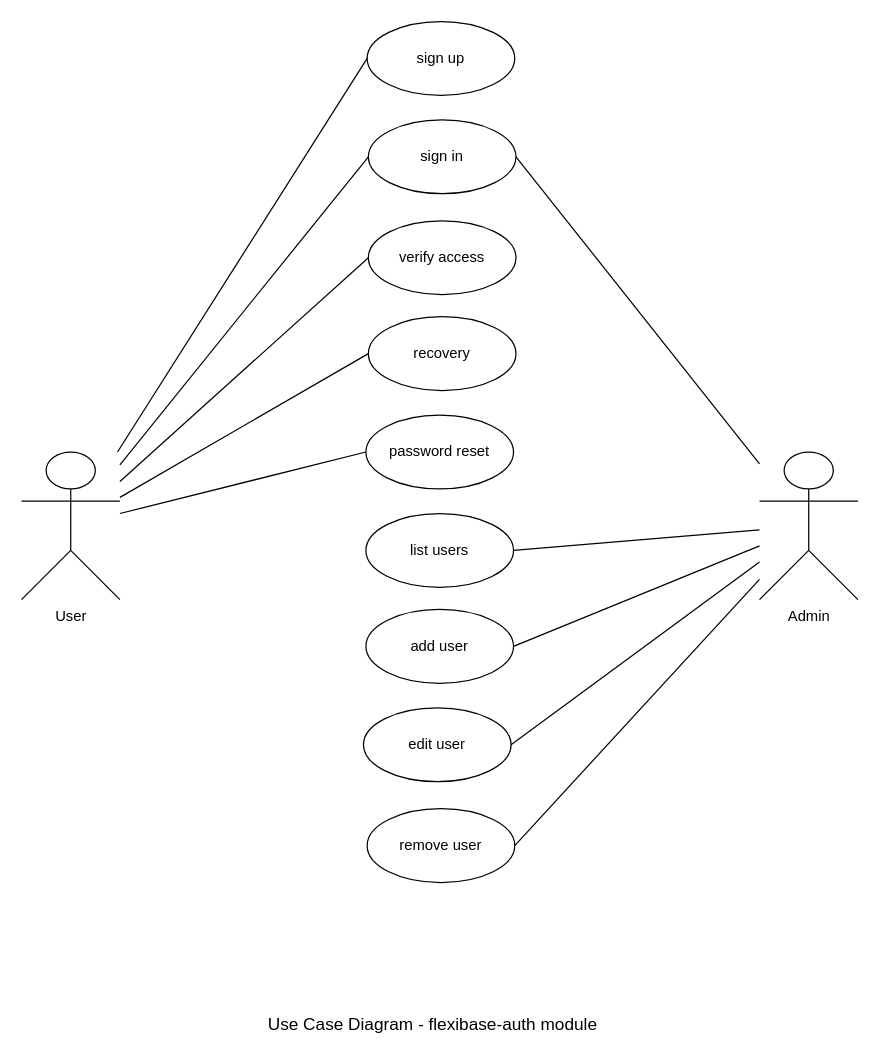
This is use_case_diagram_flexibase_auth.drawio from ModularMinds/flexibase-docs, a draw.io file, before an edit. Source tidied: cells renumbered, new cells numbered last; positions are measured from the earlier drawing's top-left corner, leaving out a move shared by most shapes. Both pictures are drawn from the tidied source at 123%, with x=0, y=0 at pixel (21, 21).
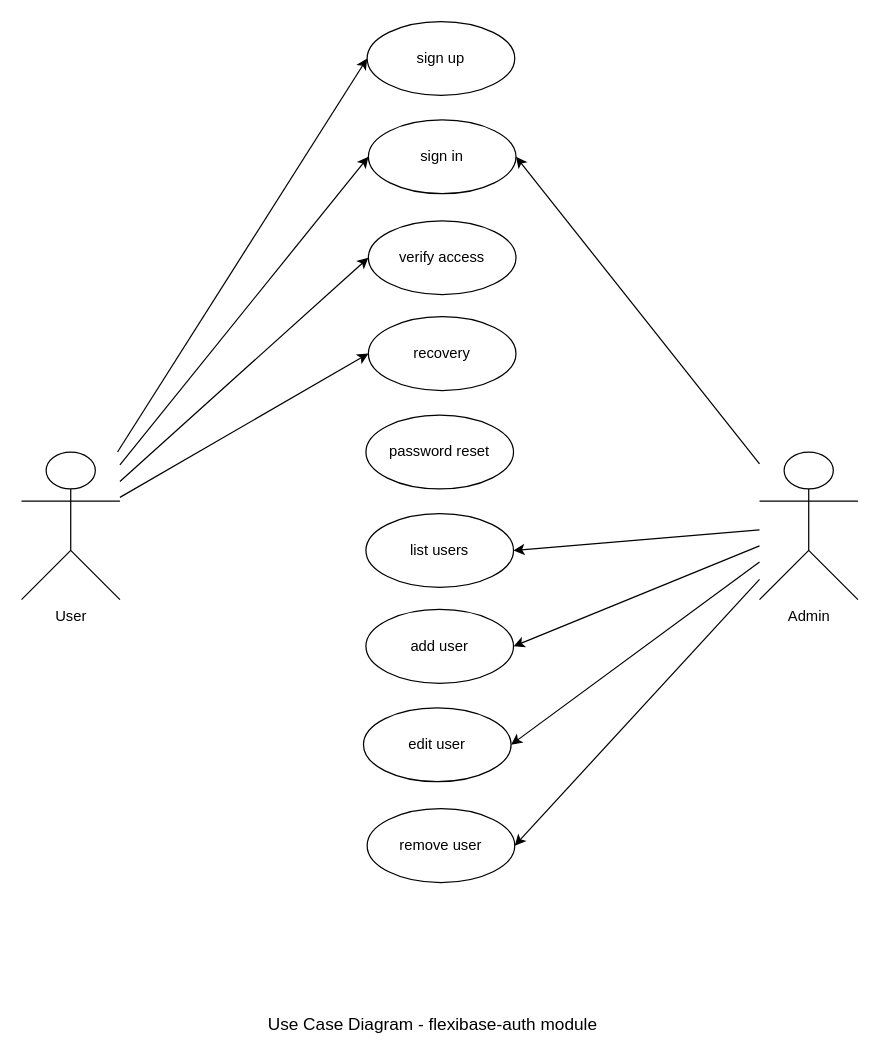
Above is the later version.

The change refers to these unchanged cells:
```xml
<mxCell id="2" value="User" style="shape=umlActor;verticalLabelPosition=bottom;verticalAlign=top;html=1;outlineConnect=0;" parent="1" vertex="1">
  <mxGeometry y="350" width="80" height="120" as="geometry" />
</mxCell>
<mxCell id="3" value="Admin" style="shape=umlActor;verticalLabelPosition=bottom;verticalAlign=top;html=1;outlineConnect=0;" parent="1" vertex="1">
  <mxGeometry x="600" y="350" width="80" height="120" as="geometry" />
</mxCell>
<mxCell id="4" value="sign up" style="ellipse;whiteSpace=wrap;html=1;align=center;" parent="1" vertex="1">
  <mxGeometry x="281" width="120" height="60" as="geometry" />
</mxCell>
<mxCell id="5" value="sign in" style="ellipse;whiteSpace=wrap;html=1;align=center;" parent="1" vertex="1">
  <mxGeometry x="282" y="80" width="120" height="60" as="geometry" />
</mxCell>
<mxCell id="6" value="verify access" style="ellipse;whiteSpace=wrap;html=1;align=center;" parent="1" vertex="1">
  <mxGeometry x="282" y="162" width="120" height="60" as="geometry" />
</mxCell>
<mxCell id="7" value="recovery" style="ellipse;whiteSpace=wrap;html=1;align=center;" parent="1" vertex="1">
  <mxGeometry x="282" y="240" width="120" height="60" as="geometry" />
</mxCell>
<mxCell id="8" value="password reset" style="ellipse;whiteSpace=wrap;html=1;align=center;" parent="1" vertex="1">
  <mxGeometry x="280" y="320" width="120" height="60" as="geometry" />
</mxCell>
```

Diff of the diagram source:
```diff
@@
+    <mxCell id="15" value="list users" style="ellipse;whiteSpace=wrap;html=1;align=center;" parent="1" vertex="1">
+      <mxGeometry x="280" y="400" width="120" height="60" as="geometry" />
+    </mxCell>
+    <mxCell id="16" value="add user" style="ellipse;whiteSpace=wrap;html=1;align=center;" parent="1" vertex="1">
+      <mxGeometry x="280" y="478" width="120" height="60" as="geometry" />
+    </mxCell>
+    <mxCell id="17" value="edit user" style="ellipse;whiteSpace=wrap;html=1;align=center;" parent="1" vertex="1">
+      <mxGeometry x="278" y="558" width="120" height="60" as="geometry" />
+    </mxCell>
+    <mxCell id="19" value="remove user" style="ellipse;whiteSpace=wrap;html=1;align=center;" parent="1" vertex="1">
+      <mxGeometry x="281" y="640" width="120" height="60" as="geometry" />
+    </mxCell>
+    <mxCell id="23" value="&lt;font style=&quot;font-size: 14px;&quot;&gt;Use Case Diagram - flexibase-auth module&lt;/font&gt;" style="text;html=1;align=center;verticalAlign=middle;strokeColor=none;fillColor=none;" parent="1" vertex="1">
+      <mxGeometry x="189" y="800" width="290" height="30" as="geometry" />
+    </mxCell>
-    <mxCell id="9" style="endArrow=none;html=1;rounded=0;entryX=0;entryY=0.5;entryDx=0;entryDy=0;" parent="1" edge="1" source="2" target="4">
+    <mxCell id="9" style="endArrow=classic;html=1;rounded=0;entryX=0;entryY=0.5;entryDx=0;entryDy=0;" parent="1" edge="1" source="2" target="4">
       <mxGeometry relative="1" as="geometry" />
     </mxCell>
-    <mxCell id="10" style="endArrow=none;html=1;rounded=0;entryX=0;entryY=0.5;entryDx=0;entryDy=0;" parent="1" edge="1" source="2" target="5">
+    <mxCell id="10" style="endArrow=classic;html=1;rounded=0;entryX=0;entryY=0.5;entryDx=0;entryDy=0;" parent="1" edge="1" source="2" target="5">
       <mxGeometry relative="1" as="geometry" />
     </mxCell>
-    <mxCell id="11" style="endArrow=none;html=1;rounded=0;entryX=0;entryY=0.5;entryDx=0;entryDy=0;" parent="1" edge="1" source="2" target="6">
+    <mxCell id="11" style="endArrow=classic;html=1;rounded=0;entryX=0;entryY=0.5;entryDx=0;entryDy=0;" parent="1" edge="1" source="2" target="6">
       <mxGeometry relative="1" as="geometry" />
     </mxCell>
-    <mxCell id="12" style="endArrow=none;html=1;rounded=0;entryX=0;entryY=0.5;entryDx=0;entryDy=0;" parent="1" edge="1" source="2" target="7">
+    <mxCell id="12" style="endArrow=classic;html=1;rounded=0;entryX=0;entryY=0.5;entryDx=0;entryDy=0;" parent="1" edge="1" source="2" target="7">
       <mxGeometry relative="1" as="geometry" />
     </mxCell>
-    <mxCell id="13" style="endArrow=none;html=1;rounded=0;entryX=0;entryY=0.5;entryDx=0;entryDy=0;" parent="1" edge="1" source="2" target="8">
-      <mxGeometry relative="1" as="geometry" />
-    </mxCell>
-    <mxCell id="14" style="endArrow=none;html=1;rounded=0;exitX=1;exitY=0.5;exitDx=0;exitDy=0;" parent="1" edge="1" source="5" target="3">
-      <mxGeometry relative="1" as="geometry" />
-    </mxCell>
-    <mxCell id="15" value="list users" style="ellipse;whiteSpace=wrap;html=1;align=center;" parent="1" vertex="1">
-      <mxGeometry x="280" y="400" width="120" height="60" as="geometry" />
-    </mxCell>
-    <mxCell id="16" value="add user" style="ellipse;whiteSpace=wrap;html=1;align=center;" parent="1" vertex="1">
-      <mxGeometry x="280" y="478" width="120" height="60" as="geometry" />
-    </mxCell>
-    <mxCell id="17" value="edit user" style="ellipse;whiteSpace=wrap;html=1;align=center;" parent="1" vertex="1">
-      <mxGeometry x="278" y="558" width="120" height="60" as="geometry" />
-    </mxCell>
-    <mxCell id="18" style="endArrow=none;html=1;rounded=0;exitX=1;exitY=0.5;exitDx=0;exitDy=0;" parent="1" edge="1" source="15" target="3">
-      <mxGeometry relative="1" as="geometry" />
-    </mxCell>
-    <mxCell id="19" value="remove user" style="ellipse;whiteSpace=wrap;html=1;align=center;" parent="1" vertex="1">
-      <mxGeometry x="281" y="640" width="120" height="60" as="geometry" />
-    </mxCell>
-    <mxCell id="20" style="endArrow=none;html=1;rounded=0;exitX=1;exitY=0.5;exitDx=0;exitDy=0;" parent="1" edge="1" source="16" target="3">
-      <mxGeometry relative="1" as="geometry" />
-    </mxCell>
-    <mxCell id="21" style="endArrow=none;html=1;rounded=0;exitX=1;exitY=0.5;exitDx=0;exitDy=0;" parent="1" edge="1" source="17" target="3">
-      <mxGeometry relative="1" as="geometry" />
-    </mxCell>
-    <mxCell id="22" style="endArrow=none;html=1;rounded=0;exitX=1;exitY=0.5;exitDx=0;exitDy=0;" parent="1" edge="1" source="19" target="3">
-      <mxGeometry relative="1" as="geometry" />
-    </mxCell>
-    <mxCell id="23" value="&lt;font style=&quot;font-size: 14px;&quot;&gt;Use Case Diagram - flexibase-auth module&lt;/font&gt;" style="text;html=1;align=center;verticalAlign=middle;strokeColor=none;fillColor=none;" parent="1" vertex="1">
-      <mxGeometry x="189" y="800" width="290" height="30" as="geometry" />
-    </mxCell>
+    <mxCell id="24" style="endArrow=classic;html=1;rounded=0;entryX=1;entryY=0.5;entryDx=0;entryDy=0;" parent="1" edge="1" source="3" target="5">
+      <mxGeometry relative="1" as="geometry" />
+    </mxCell>
+    <mxCell id="25" style="endArrow=classic;html=1;rounded=0;entryX=1;entryY=0.5;entryDx=0;entryDy=0;" parent="1" edge="1" source="3" target="15">
+      <mxGeometry relative="1" as="geometry" />
+    </mxCell>
+    <mxCell id="26" style="endArrow=classic;html=1;rounded=0;entryX=1;entryY=0.5;entryDx=0;entryDy=0;" parent="1" edge="1" source="3" target="16">
+      <mxGeometry relative="1" as="geometry" />
+    </mxCell>
+    <mxCell id="27" style="endArrow=classic;html=1;rounded=0;entryX=1;entryY=0.5;entryDx=0;entryDy=0;" parent="1" edge="1" source="3" target="17">
+      <mxGeometry relative="1" as="geometry" />
+    </mxCell>
+    <mxCell id="28" style="endArrow=classic;html=1;rounded=0;entryX=1;entryY=0.5;entryDx=0;entryDy=0;" parent="1" edge="1" source="3" target="19">
+      <mxGeometry relative="1" as="geometry" />
+    </mxCell>
```
